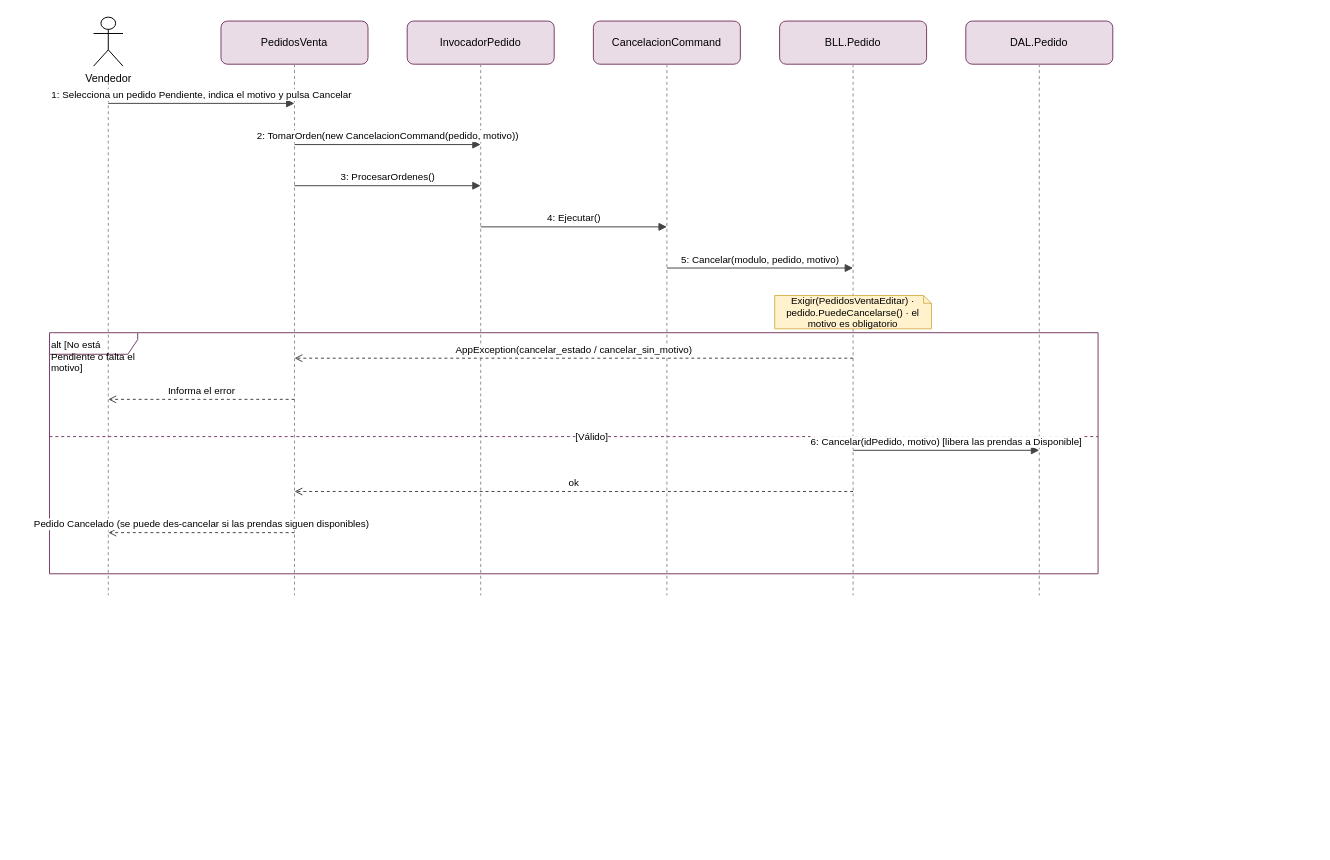
valentinamorana/Trabajo-de-Diploma keeps this draw.io diagram as docs/diagramas/drawio/DSS_PN01_CU07_CancelarPedido.drawio. Above is the earlier version. Source tidied: cells renumbered, new cells numbered last; positions are measured from the earlier drawing's top-left corner, leaving out a move shared by most shapes. Both pictures are drawn from the tidied source at 98%, with x=0, y=0 at pixel (49, 17).
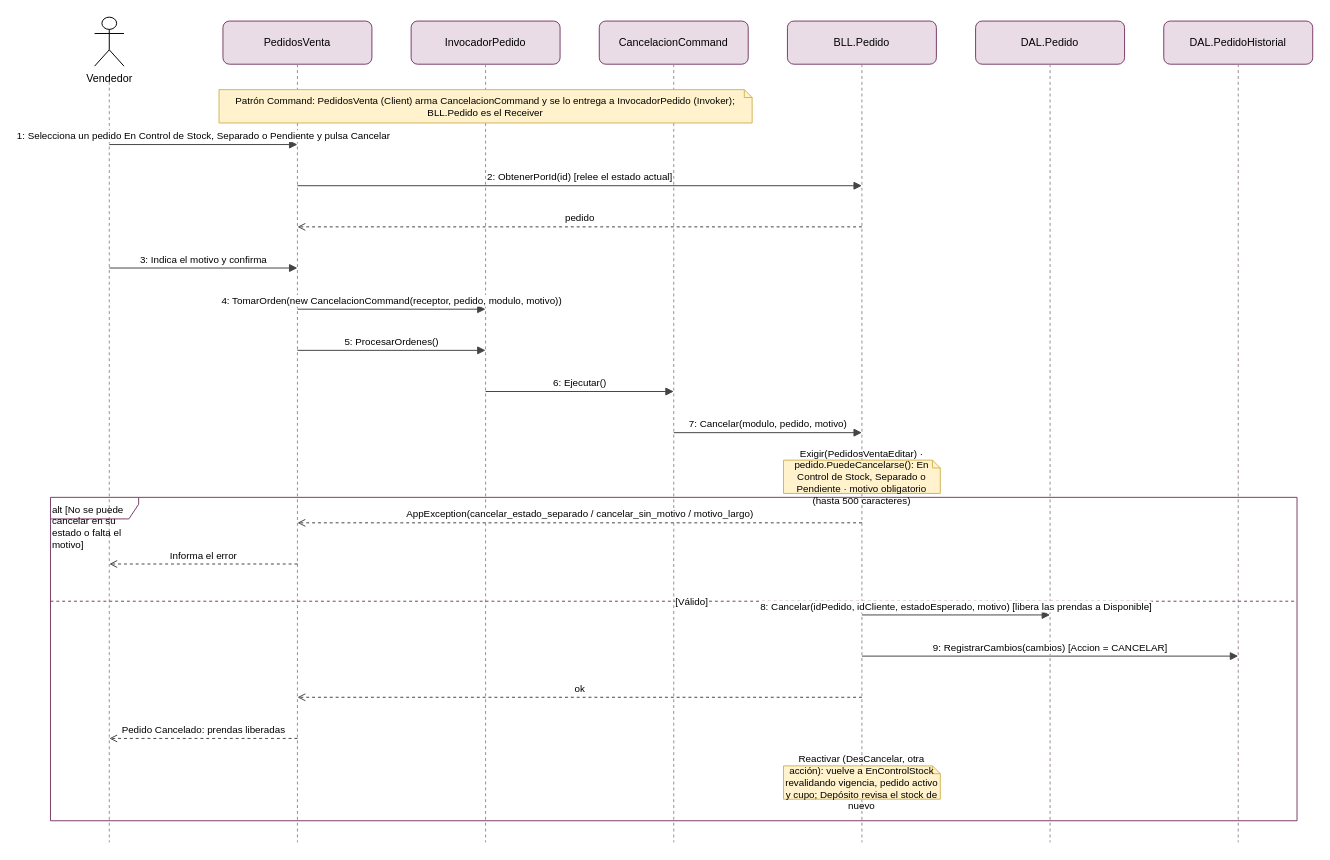
Above is the later version.

Diff of the diagram source:
```diff
@@
     <mxCell id="2" value="Vendedor" style="shape=umlActor;verticalLabelPosition=bottom;verticalAlign=top;html=1;fontSize=11;" parent="1" vertex="1">
-      <mxGeometry x="45" width="30" height="50" as="geometry" />
+      <mxGeometry x="46" width="30" height="50" as="geometry" />
     </mxCell>
     <mxCell id="3" style="endArrow=none;dashed=1;html=1;strokeColor=#9a8a96;" parent="1" edge="1">
       <mxGeometry relative="1" as="geometry">
-        <mxPoint x="60" y="66" as="sourcePoint" />
-        <mxPoint x="60" y="590" as="targetPoint" />
+        <mxPoint x="61" y="66" as="sourcePoint" />
+        <mxPoint x="61" y="842" as="targetPoint" />
       </mxGeometry>
     </mxCell>
     <mxCell id="4" value="PedidosVenta" style="rounded=1;whiteSpace=wrap;html=1;fillColor=#EADCE6;strokeColor=#7a3d68;fontSize=11;" parent="1" vertex="1">
-      <mxGeometry x="175" y="4" width="150" height="44" as="geometry" />
+      <mxGeometry x="177" y="4" width="152" height="44" as="geometry" />
     </mxCell>
     <mxCell id="5" style="endArrow=none;dashed=1;html=1;strokeColor=#9a8a96;" parent="1" edge="1">
       <mxGeometry relative="1" as="geometry">
-        <mxPoint x="250" y="48" as="sourcePoint" />
-        <mxPoint x="250" y="590" as="targetPoint" />
+        <mxPoint x="253" y="48" as="sourcePoint" />
+        <mxPoint x="253" y="842" as="targetPoint" />
       </mxGeometry>
     </mxCell>
     <mxCell id="6" value="InvocadorPedido" style="rounded=1;whiteSpace=wrap;html=1;fillColor=#EADCE6;strokeColor=#7a3d68;fontSize=11;" parent="1" vertex="1">
-      <mxGeometry x="365" y="4" width="150" height="44" as="geometry" />
+      <mxGeometry x="369" y="4" width="152" height="44" as="geometry" />
     </mxCell>
     <mxCell id="7" style="endArrow=none;dashed=1;html=1;strokeColor=#9a8a96;" parent="1" edge="1">
       <mxGeometry relative="1" as="geometry">
-        <mxPoint x="440" y="48" as="sourcePoint" />
-        <mxPoint x="440" y="590" as="targetPoint" />
+        <mxPoint x="445" y="48" as="sourcePoint" />
+        <mxPoint x="445" y="842" as="targetPoint" />
       </mxGeometry>
     </mxCell>
     <mxCell id="8" value="CancelacionCommand" style="rounded=1;whiteSpace=wrap;html=1;fillColor=#EADCE6;strokeColor=#7a3d68;fontSize=11;" parent="1" vertex="1">
-      <mxGeometry x="555" y="4" width="150" height="44" as="geometry" />
+      <mxGeometry x="561" y="4" width="152" height="44" as="geometry" />
     </mxCell>
     <mxCell id="9" style="endArrow=none;dashed=1;html=1;strokeColor=#9a8a96;" parent="1" edge="1">
       <mxGeometry relative="1" as="geometry">
-        <mxPoint x="630" y="48" as="sourcePoint" />
-        <mxPoint x="630" y="590" as="targetPoint" />
+        <mxPoint x="637" y="48" as="sourcePoint" />
+        <mxPoint x="637" y="842" as="targetPoint" />
       </mxGeometry>
     </mxCell>
     <mxCell id="10" value="BLL.Pedido" style="rounded=1;whiteSpace=wrap;html=1;fillColor=#EADCE6;strokeColor=#7a3d68;fontSize=11;" parent="1" vertex="1">
-      <mxGeometry x="745" y="4" width="150" height="44" as="geometry" />
+      <mxGeometry x="753" y="4" width="152" height="44" as="geometry" />
     </mxCell>
     <mxCell id="11" style="endArrow=none;dashed=1;html=1;strokeColor=#9a8a96;" parent="1" edge="1">
       <mxGeometry relative="1" as="geometry">
-        <mxPoint x="820" y="48" as="sourcePoint" />
-        <mxPoint x="820" y="590" as="targetPoint" />
+        <mxPoint x="829" y="48" as="sourcePoint" />
+        <mxPoint x="829" y="842" as="targetPoint" />
       </mxGeometry>
     </mxCell>
     <mxCell id="12" value="DAL.Pedido" style="rounded=1;whiteSpace=wrap;html=1;fillColor=#EADCE6;strokeColor=#7a3d68;fontSize=11;" parent="1" vertex="1">
-      <mxGeometry x="935" y="4" width="150" height="44" as="geometry" />
+      <mxGeometry x="945" y="4" width="152" height="44" as="geometry" />
     </mxCell>
     <mxCell id="13" style="endArrow=none;dashed=1;html=1;strokeColor=#9a8a96;" parent="1" edge="1">
       <mxGeometry relative="1" as="geometry">
-        <mxPoint x="1010" y="48" as="sourcePoint" />
-        <mxPoint x="1010" y="590" as="targetPoint" />
+        <mxPoint x="1021" y="48" as="sourcePoint" />
+        <mxPoint x="1021" y="842" as="targetPoint" />
       </mxGeometry>
     </mxCell>
-    <mxCell id="14" value="alt [No está Pendiente o falta el motivo]" style="shape=umlFrame;whiteSpace=wrap;html=1;fillColor=none;strokeColor=#7a3d68;align=left;verticalAlign=top;fontSize=10;width=90;height=22;" parent="1" vertex="1">
-      <mxGeometry y="322" width="1070" height="246" as="geometry" />
+    <mxCell id="14" value="DAL.PedidoHistorial" style="rounded=1;whiteSpace=wrap;html=1;fillColor=#EADCE6;strokeColor=#7a3d68;fontSize=11;" parent="1" vertex="1">
+      <mxGeometry x="1137" y="4" width="152" height="44" as="geometry" />
     </mxCell>
-    <mxCell id="15" value="[Válido]" style="endArrow=none;dashed=1;html=1;fontSize=10;align=left;strokeColor=#7a3d68;" parent="1" edge="1">
+    <mxCell id="15" style="endArrow=none;dashed=1;html=1;strokeColor=#9a8a96;" parent="1" edge="1">
       <mxGeometry relative="1" as="geometry">
-        <mxPoint y="428" as="sourcePoint" />
-        <mxPoint x="1070" y="428" as="targetPoint" />
+        <mxPoint x="1213" y="48" as="sourcePoint" />
+        <mxPoint x="1213" y="842" as="targetPoint" />
       </mxGeometry>
     </mxCell>
-    <mxCell id="16" value="Exigir(PedidosVentaEditar) · pedido.PuedeCancelarse() · el motivo es obligatorio" style="shape=note;whiteSpace=wrap;html=1;fillColor=#FFF2CC;strokeColor=#d6b656;fontSize=10;size=8;" parent="1" vertex="1">
-      <mxGeometry x="740" y="284" width="160" height="34" as="geometry" />
+    <mxCell id="16" value="alt [No se puede cancelar en su estado o falta el motivo]" style="shape=umlFrame;whiteSpace=wrap;html=1;fillColor=none;strokeColor=#7a3d68;align=left;verticalAlign=top;fontSize=10;width=90;height=22;" parent="1" vertex="1">
+      <mxGeometry x="1" y="490" width="1272" height="330" as="geometry" />
     </mxCell>
-    <mxCell id="17" value="1: Selecciona un pedido Pendiente, indica el motivo y pulsa Cancelar" style="html=1;verticalAlign=bottom;endArrow=block;endFill=1;fontSize=10;strokeColor=#444;" parent="1" edge="1">
+    <mxCell id="17" value="[Válido]" style="endArrow=none;dashed=1;html=1;fontSize=10;align=left;strokeColor=#7a3d68;" parent="1" edge="1">
       <mxGeometry relative="1" as="geometry">
-        <mxPoint x="60" y="88" as="sourcePoint" />
-        <mxPoint x="250" y="88" as="targetPoint" />
+        <mxPoint x="1" y="596" as="sourcePoint" />
+        <mxPoint x="1273" y="596" as="targetPoint" />
       </mxGeometry>
     </mxCell>
-    <mxCell id="18" value="2: TomarOrden(new CancelacionCommand(pedido, motivo))" style="html=1;verticalAlign=bottom;endArrow=block;endFill=1;fontSize=10;strokeColor=#444;" parent="1" edge="1">
-      <mxGeometry relative="1" as="geometry">
-        <mxPoint x="250" y="130" as="sourcePoint" />
-        <mxPoint x="440" y="130" as="targetPoint" />
-      </mxGeometry>
+    <mxCell id="18" value="Patrón Command: PedidosVenta (Client) arma CancelacionCommand y se lo entrega a InvocadorPedido (Invoker); BLL.Pedido es el Receiver" style="shape=note;whiteSpace=wrap;html=1;fillColor=#FFF2CC;strokeColor=#d6b656;fontSize=10;size=8;" parent="1" vertex="1">
+      <mxGeometry x="173" y="74" width="544" height="34" as="geometry" />
     </mxCell>
-    <mxCell id="19" value="3: ProcesarOrdenes()" style="html=1;verticalAlign=bottom;endArrow=block;endFill=1;fontSize=10;strokeColor=#444;" parent="1" edge="1">
-      <mxGeometry relative="1" as="geometry">
-        <mxPoint x="250" y="172" as="sourcePoint" />
-        <mxPoint x="440" y="172" as="targetPoint" />
-      </mxGeometry>
+    <mxCell id="19" value="Exigir(PedidosVentaEditar) · pedido.PuedeCancelarse(): En Control de Stock, Separado o Pendiente · motivo obligatorio (hasta 500 caracteres)" style="shape=note;whiteSpace=wrap;html=1;fillColor=#FFF2CC;strokeColor=#d6b656;fontSize=10;size=8;" parent="1" vertex="1">
+      <mxGeometry x="749" y="452" width="160" height="34" as="geometry" />
     </mxCell>
-    <mxCell id="20" value="4: Ejecutar()" style="html=1;verticalAlign=bottom;endArrow=block;endFill=1;fontSize=10;strokeColor=#444;" parent="1" edge="1">
-      <mxGeometry relative="1" as="geometry">
-        <mxPoint x="440" y="214" as="sourcePoint" />
-        <mxPoint x="630" y="214" as="targetPoint" />
-      </mxGeometry>
+    <mxCell id="20" value="Reactivar (DesCancelar, otra acción): vuelve a EnControlStock revalidando vigencia, pedido activo y cupo; Depósito revisa el stock de nuevo" style="shape=note;whiteSpace=wrap;html=1;fillColor=#FFF2CC;strokeColor=#d6b656;fontSize=10;size=8;" parent="1" vertex="1">
+      <mxGeometry x="749" y="764" width="160" height="34" as="geometry" />
     </mxCell>
-    <mxCell id="21" value="5: Cancelar(modulo, pedido, motivo)" style="html=1;verticalAlign=bottom;endArrow=block;endFill=1;fontSize=10;strokeColor=#444;" parent="1" edge="1">
+    <mxCell id="21" value="1: Selecciona un pedido En Control de Stock, Separado o Pendiente y pulsa Cancelar" style="html=1;verticalAlign=bottom;endArrow=block;endFill=1;fontSize=10;strokeColor=#444;" parent="1" edge="1">
       <mxGeometry relative="1" as="geometry">
-        <mxPoint x="630" y="256" as="sourcePoint" />
-        <mxPoint x="820" y="256" as="targetPoint" />
+        <mxPoint x="61" y="130" as="sourcePoint" />
+        <mxPoint x="253" y="130" as="targetPoint" />
       </mxGeometry>
     </mxCell>
-    <mxCell id="22" value="AppException(cancelar_estado / cancelar_sin_motivo)" style="html=1;verticalAlign=bottom;endArrow=open;endFill=0;dashed=1;fontSize=10;strokeColor=#444;" parent="1" edge="1">
+    <mxCell id="22" value="2: ObtenerPorId(id)  [relee el estado actual]" style="html=1;verticalAlign=bottom;endArrow=block;endFill=1;fontSize=10;strokeColor=#444;" parent="1" edge="1">
       <mxGeometry relative="1" as="geometry">
-        <mxPoint x="820" y="348" as="sourcePoint" />
-        <mxPoint x="250" y="348" as="targetPoint" />
+        <mxPoint x="253" y="172" as="sourcePoint" />
+        <mxPoint x="829" y="172" as="targetPoint" />
       </mxGeometry>
     </mxCell>
-    <mxCell id="23" value="Informa el error" style="html=1;verticalAlign=bottom;endArrow=open;endFill=0;dashed=1;fontSize=10;strokeColor=#444;" parent="1" edge="1">
+    <mxCell id="23" value="pedido" style="html=1;verticalAlign=bottom;endArrow=open;endFill=0;dashed=1;fontSize=10;strokeColor=#444;" parent="1" edge="1">
       <mxGeometry relative="1" as="geometry">
-        <mxPoint x="250" y="390" as="sourcePoint" />
-        <mxPoint x="60" y="390" as="targetPoint" />
+        <mxPoint x="829" y="214" as="sourcePoint" />
+        <mxPoint x="253" y="214" as="targetPoint" />
       </mxGeometry>
     </mxCell>
-    <mxCell id="24" value="6: Cancelar(idPedido, motivo)  [libera las prendas a Disponible]" style="html=1;verticalAlign=bottom;endArrow=block;endFill=1;fontSize=10;strokeColor=#444;" parent="1" edge="1">
+    <mxCell id="24" value="3: Indica el motivo y confirma" style="html=1;verticalAlign=bottom;endArrow=block;endFill=1;fontSize=10;strokeColor=#444;" parent="1" edge="1">
       <mxGeometry relative="1" as="geometry">
-        <mxPoint x="820" y="442" as="sourcePoint" />
-        <mxPoint x="1010" y="442" as="targetPoint" />
+        <mxPoint x="61" y="256" as="sourcePoint" />
+        <mxPoint x="253" y="256" as="targetPoint" />
       </mxGeometry>
     </mxCell>
-    <mxCell id="25" value="ok" style="html=1;verticalAlign=bottom;endArrow=open;endFill=0;dashed=1;fontSize=10;strokeColor=#444;" parent="1" edge="1">
+    <mxCell id="25" value="4: TomarOrden(new CancelacionCommand(receptor, pedido, modulo, motivo))" style="html=1;verticalAlign=bottom;endArrow=block;endFill=1;fontSize=10;strokeColor=#444;" parent="1" edge="1">
       <mxGeometry relative="1" as="geometry">
-        <mxPoint x="820" y="484" as="sourcePoint" />
-        <mxPoint x="250" y="484" as="targetPoint" />
+        <mxPoint x="253" y="298" as="sourcePoint" />
+        <mxPoint x="445" y="298" as="targetPoint" />
       </mxGeometry>
     </mxCell>
-    <mxCell id="26" value="Pedido Cancelado (se puede des-cancelar si las prendas siguen disponibles)" style="html=1;verticalAlign=bottom;endArrow=open;endFill=0;dashed=1;fontSize=10;strokeColor=#444;" parent="1" edge="1">
+    <mxCell id="26" value="5: ProcesarOrdenes()" style="html=1;verticalAlign=bottom;endArrow=block;endFill=1;fontSize=10;strokeColor=#444;" parent="1" edge="1">
       <mxGeometry relative="1" as="geometry">
-        <mxPoint x="250" y="526" as="sourcePoint" />
-        <mxPoint x="60" y="526" as="targetPoint" />
+        <mxPoint x="253" y="340" as="sourcePoint" />
+        <mxPoint x="445" y="340" as="targetPoint" />
       </mxGeometry>
     </mxCell>
+    <mxCell id="27" value="6: Ejecutar()" style="html=1;verticalAlign=bottom;endArrow=block;endFill=1;fontSize=10;strokeColor=#444;" parent="1" edge="1">
+      <mxGeometry relative="1" as="geometry">
+        <mxPoint x="445" y="382" as="sourcePoint" />
+        <mxPoint x="637" y="382" as="targetPoint" />
+      </mxGeometry>
+    </mxCell>
+    <mxCell id="28" value="7: Cancelar(modulo, pedido, motivo)" style="html=1;verticalAlign=bottom;endArrow=block;endFill=1;fontSize=10;strokeColor=#444;" parent="1" edge="1">
+      <mxGeometry relative="1" as="geometry">
+        <mxPoint x="637" y="424" as="sourcePoint" />
+        <mxPoint x="829" y="424" as="targetPoint" />
+      </mxGeometry>
+    </mxCell>
+    <mxCell id="29" value="AppException(cancelar_estado_separado / cancelar_sin_motivo / motivo_largo)" style="html=1;verticalAlign=bottom;endArrow=open;endFill=0;dashed=1;fontSize=10;strokeColor=#444;" parent="1" edge="1">
+      <mxGeometry relative="1" as="geometry">
+        <mxPoint x="829" y="516" as="sourcePoint" />
+        <mxPoint x="253" y="516" as="targetPoint" />
+      </mxGeometry>
+    </mxCell>
+    <mxCell id="30" value="Informa el error" style="html=1;verticalAlign=bottom;endArrow=open;endFill=0;dashed=1;fontSize=10;strokeColor=#444;" parent="1" edge="1">
+      <mxGeometry relative="1" as="geometry">
+        <mxPoint x="253" y="558" as="sourcePoint" />
+        <mxPoint x="61" y="558" as="targetPoint" />
+      </mxGeometry>
+    </mxCell>
+    <mxCell id="31" value="8: Cancelar(idPedido, idCliente, estadoEsperado, motivo)  [libera las prendas a Disponible]" style="html=1;verticalAlign=bottom;endArrow=block;endFill=1;fontSize=10;strokeColor=#444;" parent="1" edge="1">
+      <mxGeometry relative="1" as="geometry">
+        <mxPoint x="829" y="610" as="sourcePoint" />
+        <mxPoint x="1021" y="610" as="targetPoint" />
+      </mxGeometry>
+    </mxCell>
+    <mxCell id="32" value="9: RegistrarCambios(cambios)  [Accion = CANCELAR]" style="html=1;verticalAlign=bottom;endArrow=block;endFill=1;fontSize=10;strokeColor=#444;" parent="1" edge="1">
+      <mxGeometry relative="1" as="geometry">
+        <mxPoint x="829" y="652" as="sourcePoint" />
+        <mxPoint x="1213" y="652" as="targetPoint" />
+      </mxGeometry>
+    </mxCell>
+    <mxCell id="33" value="ok" style="html=1;verticalAlign=bottom;endArrow=open;endFill=0;dashed=1;fontSize=10;strokeColor=#444;" parent="1" edge="1">
+      <mxGeometry relative="1" as="geometry">
+        <mxPoint x="829" y="694" as="sourcePoint" />
+        <mxPoint x="253" y="694" as="targetPoint" />
+      </mxGeometry>
+    </mxCell>
+    <mxCell id="34" value="Pedido Cancelado: prendas liberadas" style="html=1;verticalAlign=bottom;endArrow=open;endFill=0;dashed=1;fontSize=10;strokeColor=#444;" parent="1" edge="1">
+      <mxGeometry relative="1" as="geometry">
+        <mxPoint x="253" y="736" as="sourcePoint" />
+        <mxPoint x="61" y="736" as="targetPoint" />
+      </mxGeometry>
+    </mxCell>
```
